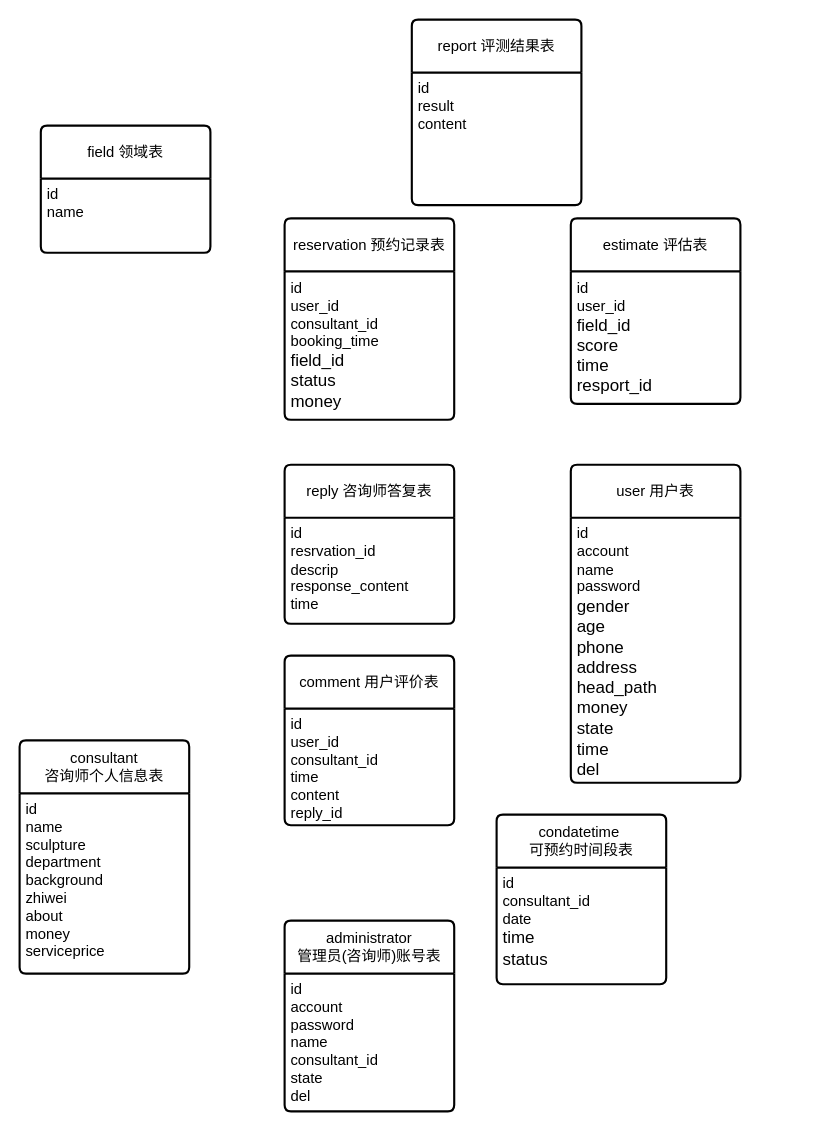
The draw.io diagram 未命名绘图.drawio in 1932469250/Android_MusicPlayer, before the edit. Source tidied: cells renumbered, new cells numbered last; positions are measured from the earlier drawing's top-left corner, leaving out a move shared by most shapes. Both pictures are drawn from the tidied source at 106%, with x=0, y=0 at pixel (19, 19).
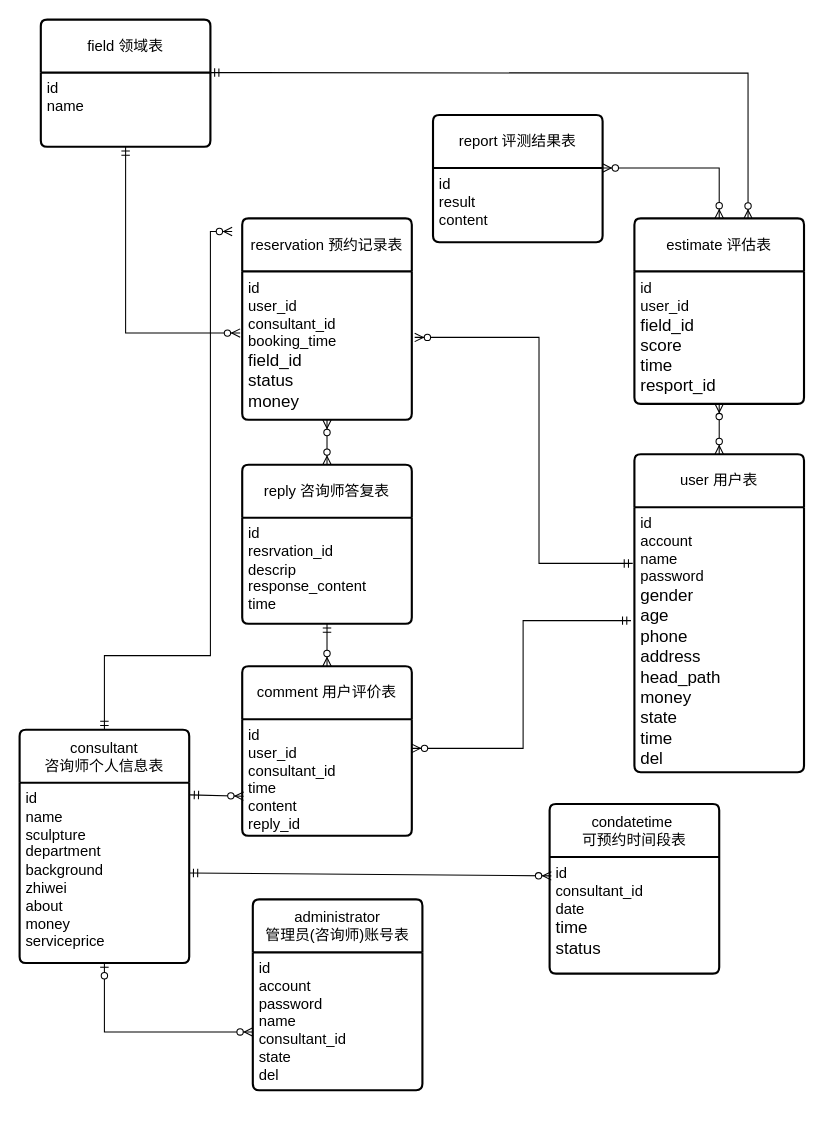
The same diagram, later.

The change refers to these unchanged cells:
```xml
<mxCell id="3" value="&lt;font style=&quot;font-size: 14px;&quot;&gt;id&lt;br&gt;name&lt;/font&gt;" style="align=left;strokeColor=none;fillColor=none;spacingLeft=4;fontSize=12;verticalAlign=top;html=1;" parent="2" vertex="1">
  <mxGeometry y="50" width="160" height="70" as="geometry" />
</mxCell>
<mxCell id="5" value="&lt;font style=&quot;font-size: 14px;&quot;&gt;id&lt;br&gt;user_id&lt;br&gt;consultant_id&lt;br&gt;booking_time&lt;/font&gt;&lt;div&gt;&lt;font size=&quot;3&quot;&gt;field_id&lt;br&gt;status&lt;br&gt;money&lt;/font&gt;&lt;/div&gt;" style="align=left;strokeColor=none;fillColor=none;spacingLeft=4;fontSize=12;verticalAlign=top;html=1;" parent="4" vertex="1">
  <mxGeometry y="50" width="160" height="140" as="geometry" />
</mxCell>
<mxCell id="7" value="&lt;font style=&quot;font-size: 14px;&quot;&gt;id&lt;br&gt;user_id&lt;br&gt;&lt;/font&gt;&lt;div&gt;&lt;font size=&quot;3&quot;&gt;field_id&lt;br&gt;score&lt;br&gt;time&lt;br&gt;resport_id&lt;/font&gt;&lt;/div&gt;" style="align=left;strokeColor=none;fillColor=none;spacingLeft=4;fontSize=12;verticalAlign=top;html=1;" parent="6" vertex="1">
  <mxGeometry y="50" width="160" height="125" as="geometry" />
</mxCell>
<mxCell id="11" value="&lt;font style=&quot;font-size: 14px;&quot;&gt;id&lt;br&gt;account&lt;br&gt;name&lt;br&gt;password&lt;/font&gt;&lt;div&gt;&lt;font size=&quot;3&quot;&gt;gender&lt;br&gt;age&lt;br&gt;phone&lt;/font&gt;&lt;/div&gt;&lt;div&gt;&lt;font size=&quot;3&quot;&gt;address&lt;/font&gt;&lt;/div&gt;&lt;div&gt;&lt;font size=&quot;3&quot;&gt;head_path&lt;br&gt;money&lt;br&gt;state&lt;br&gt;time&lt;br&gt;del&lt;/font&gt;&lt;/div&gt;" style="align=left;strokeColor=none;fillColor=none;spacingLeft=4;fontSize=12;verticalAlign=top;html=1;" parent="10" vertex="1">
  <mxGeometry y="50" width="160" height="250" as="geometry" />
</mxCell>
<mxCell id="13" value="&lt;font style=&quot;font-size: 14px;&quot;&gt;id&lt;br&gt;consultant_id&lt;br&gt;date&lt;br&gt;&lt;/font&gt;&lt;div&gt;&lt;font size=&quot;3&quot;&gt;time&lt;br&gt;status&lt;br&gt;&lt;br&gt;&lt;/font&gt;&lt;/div&gt;" style="align=left;strokeColor=none;fillColor=none;spacingLeft=4;fontSize=12;verticalAlign=top;html=1;" parent="12" vertex="1">
  <mxGeometry y="50" width="160" height="110" as="geometry" />
</mxCell>
<mxCell id="17" value="&lt;font style=&quot;font-size: 14px;&quot;&gt;id&lt;br&gt;resrvation_id&lt;br&gt;descrip&lt;br&gt;response_content&lt;br&gt;time&lt;/font&gt;" style="align=left;strokeColor=none;fillColor=none;spacingLeft=4;fontSize=12;verticalAlign=top;html=1;" parent="16" vertex="1">
  <mxGeometry y="50" width="160" height="100" as="geometry" />
</mxCell>
<mxCell id="19" value="&lt;font style=&quot;font-size: 14px;&quot;&gt;id&lt;br&gt;user_id&lt;br&gt;consultant_id&lt;br&gt;time&lt;br&gt;content&lt;br&gt;reply_id&lt;/font&gt;" style="align=left;strokeColor=none;fillColor=none;spacingLeft=4;fontSize=12;verticalAlign=top;html=1;" parent="18" vertex="1">
  <mxGeometry y="50" width="160" height="110" as="geometry" />
</mxCell>
<mxCell id="21" value="&lt;font style=&quot;font-size: 14px;&quot;&gt;id&lt;/font&gt;&lt;div&gt;&lt;font style=&quot;font-size: 14px;&quot;&gt;account&lt;br&gt;password&lt;br&gt;name&lt;br&gt;consultant_id&lt;br&gt;state&lt;br&gt;del&lt;br&gt;&lt;br&gt;&lt;/font&gt;&lt;/div&gt;" style="align=left;strokeColor=none;fillColor=none;spacingLeft=4;fontSize=12;verticalAlign=top;html=1;" parent="20" vertex="1">
  <mxGeometry y="50" width="160" height="130" as="geometry" />
</mxCell>
<mxCell id="23" value="&lt;font style=&quot;font-size: 14px;&quot;&gt;id&lt;/font&gt;&lt;div&gt;&lt;font style=&quot;font-size: 14px;&quot;&gt;name&lt;br&gt;sculpture&lt;br&gt;department&lt;br&gt;background&lt;br&gt;zhiwei&lt;br&gt;about&lt;br&gt;money&lt;br&gt;serviceprice&lt;br&gt;&lt;br&gt;&lt;/font&gt;&lt;/div&gt;" style="align=left;strokeColor=none;fillColor=none;spacingLeft=4;fontSize=12;verticalAlign=top;html=1;" parent="22" vertex="1">
  <mxGeometry y="50" width="160" height="170" as="geometry" />
</mxCell>
```

Change to the diagram source:
```diff
@@
+    <mxCell id="24" style="edgeStyle=none;rounded=0;jettySize=auto;html=1;" parent="1" edge="1" source="21" target="20">
+      <mxGeometry relative="1" as="geometry" />
+    </mxCell>
     <mxCell id="2" value="field 领域表" style="swimlane;horizontal=1;startSize=50;rounded=1;fontSize=14;fontStyle=0;strokeWidth=2;shadow=0;dashed=0;align=center;arcSize=4;whiteSpace=wrap;html=1;" parent="1" vertex="1">
-      <mxGeometry x="20" y="100" width="160" height="120" as="geometry" />
+      <mxGeometry x="20" width="160" height="120" as="geometry" />
     </mxCell>
@@
+    <mxCell id="25" style="edgeStyle=orthogonalEdgeStyle;rounded=0;orthogonalLoop=1;jettySize=auto;html=1;exitX=0.5;exitY=1;exitDx=0;exitDy=0;" parent="2" edge="1" source="3" target="3">
+      <mxGeometry relative="1" as="geometry" />
+    </mxCell>
     <mxCell id="4" value="reservation 预约记录表" style="swimlane;horizontal=1;startSize=50;rounded=1;fontSize=14;fontStyle=0;strokeWidth=2;shadow=0;dashed=0;align=center;arcSize=4;whiteSpace=wrap;html=1;" parent="1" vertex="1">
-      <mxGeometry x="250" y="187.5" width="160" height="190" as="geometry" />
+      <mxGeometry x="210" y="187.5" width="160" height="190" as="geometry" />
     </mxCell>
@@
     <mxCell id="6" value="estimate 评估表" style="swimlane;horizontal=1;startSize=50;rounded=1;fontSize=14;fontStyle=0;strokeWidth=2;shadow=0;dashed=0;align=center;arcSize=4;whiteSpace=wrap;html=1;" parent="1" vertex="1">
-      <mxGeometry x="520" y="187.5" width="160" height="175" as="geometry" />
+      <mxGeometry x="580" y="187.5" width="160" height="175" as="geometry" />
     </mxCell>
@@
     <mxCell id="8" value="report 评测结果表" style="swimlane;horizontal=1;startSize=50;rounded=1;fontSize=14;fontStyle=0;strokeWidth=2;shadow=0;dashed=0;align=center;arcSize=4;whiteSpace=wrap;html=1;" parent="1" vertex="1">
-      <mxGeometry x="370" width="160" height="175" as="geometry" />
+      <mxGeometry x="390" y="90" width="160" height="120" as="geometry" />
     </mxCell>
     <mxCell id="9" value="&lt;font style=&quot;font-size: 14px;&quot;&gt;id&lt;br&gt;result&lt;br&gt;content&lt;/font&gt;" style="align=left;strokeColor=none;fillColor=none;spacingLeft=4;fontSize=12;verticalAlign=top;html=1;" parent="8" vertex="1">
-      <mxGeometry y="50" width="160" height="125" as="geometry" />
+      <mxGeometry y="50" width="160" height="70" as="geometry" />
     </mxCell>
+    <mxCell id="26" style="edgeStyle=none;rounded=0;orthogonalLoop=1;jettySize=auto;html=1;exitX=0.5;exitY=1;exitDx=0;exitDy=0;" parent="8" edge="1" source="9" target="9">
+      <mxGeometry relative="1" as="geometry" />
+    </mxCell>
     <mxCell id="10" value="user 用户表" style="swimlane;horizontal=1;startSize=50;rounded=1;fontSize=14;fontStyle=0;strokeWidth=2;shadow=0;dashed=0;align=center;arcSize=4;whiteSpace=wrap;html=1;" parent="1" vertex="1">
-      <mxGeometry x="520" y="420" width="160" height="300" as="geometry" />
+      <mxGeometry x="580" y="410" width="160" height="300" as="geometry" />
     </mxCell>
@@
     <mxCell id="12" value="condatetime&amp;nbsp;&lt;div&gt;可预约时间段表&lt;/div&gt;" style="swimlane;horizontal=1;startSize=50;rounded=1;fontSize=14;fontStyle=0;strokeWidth=2;shadow=0;dashed=0;align=center;arcSize=4;whiteSpace=wrap;html=1;" parent="1" vertex="1">
-      <mxGeometry x="450" y="750" width="160" height="160" as="geometry" />
+      <mxGeometry x="500" y="740" width="160" height="160" as="geometry" />
     </mxCell>
@@
     <mxCell id="16" value="reply 咨询师答复表" style="swimlane;horizontal=1;startSize=50;rounded=1;fontSize=14;fontStyle=0;strokeWidth=2;shadow=0;dashed=0;align=center;arcSize=4;whiteSpace=wrap;html=1;" parent="1" vertex="1">
-      <mxGeometry x="250" y="420" width="160" height="150" as="geometry" />
+      <mxGeometry x="210" y="420" width="160" height="150" as="geometry" />
     </mxCell>
@@
     <mxCell id="18" value="comment 用户评价表" style="swimlane;horizontal=1;startSize=50;rounded=1;fontSize=14;fontStyle=0;strokeWidth=2;shadow=0;dashed=0;align=center;arcSize=4;whiteSpace=wrap;html=1;" parent="1" vertex="1">
-      <mxGeometry x="250" y="600" width="160" height="160" as="geometry" />
+      <mxGeometry x="210" y="610" width="160" height="160" as="geometry" />
     </mxCell>
@@
     <mxCell id="20" value="administrator&lt;div&gt;管理员(咨询师)账号表&lt;/div&gt;" style="swimlane;horizontal=1;startSize=50;rounded=1;fontSize=14;fontStyle=0;strokeWidth=2;shadow=0;dashed=0;align=center;arcSize=4;whiteSpace=wrap;html=1;" parent="1" vertex="1">
-      <mxGeometry x="250" y="850" width="160" height="180" as="geometry" />
+      <mxGeometry x="220" y="830" width="160" height="180" as="geometry" />
     </mxCell>
@@
     <mxCell id="22" value="consultant&lt;div&gt;咨询师个人信息表&lt;/div&gt;" style="swimlane;horizontal=1;startSize=50;rounded=1;fontSize=14;fontStyle=0;strokeWidth=2;shadow=0;dashed=0;align=center;arcSize=4;whiteSpace=wrap;html=1;" parent="1" vertex="1">
-      <mxGeometry y="680" width="160" height="220" as="geometry" />
+      <mxGeometry y="670" width="160" height="220" as="geometry" />
     </mxCell>
@@
+    <mxCell id="27" style="fontSize=12;html=1;endArrow=ERzeroToMany;startArrow=ERmandOne;rounded=0;entryX=-0.012;entryY=0.416;entryDx=0;entryDy=0;entryPerimeter=0;edgeStyle=orthogonalEdgeStyle;exitX=0.5;exitY=1;exitDx=0;exitDy=0;" parent="1" edge="1" source="3" target="5">
+      <mxGeometry relative="1" as="geometry">
+        <Array as="points">
+          <mxPoint x="100" y="296" />
+        </Array>
+      </mxGeometry>
+    </mxCell>
+    <mxCell id="28" style="edgeStyle=orthogonalEdgeStyle;fontSize=12;html=1;endArrow=ERzeroToMany;startArrow=ERmandOne;rounded=0;entryX=0.67;entryY=0.002;entryDx=0;entryDy=0;entryPerimeter=0;" parent="1" edge="1" target="6">
+      <mxGeometry relative="1" as="geometry">
+        <mxPoint x="180" y="50" as="sourcePoint" />
+      </mxGeometry>
+    </mxCell>
+    <mxCell id="29" style="edgeStyle=orthogonalEdgeStyle;fontSize=12;html=1;endArrow=ERzeroToMany;endFill=1;startArrow=ERzeroToMany;rounded=0;exitX=1;exitY=0;exitDx=0;exitDy=0;entryX=0.5;entryY=0;entryDx=0;entryDy=0;" parent="1" edge="1" source="9" target="6">
+      <mxGeometry relative="1" as="geometry">
+        <Array as="points">
+          <mxPoint x="660" y="140" />
+        </Array>
+      </mxGeometry>
+    </mxCell>
+    <mxCell id="30" style="fontSize=12;html=1;endArrow=ERzeroToMany;endFill=1;startArrow=ERzeroToMany;rounded=0;entryX=0.5;entryY=1;entryDx=0;entryDy=0;exitX=0.5;exitY=0;exitDx=0;exitDy=0;" parent="1" edge="1" source="10" target="7">
+      <mxGeometry relative="1" as="geometry" />
+    </mxCell>
+    <mxCell id="31" style="edgeStyle=orthogonalEdgeStyle;fontSize=12;html=1;endArrow=ERzeroToMany;startArrow=ERmandOne;rounded=0;entryX=1.017;entryY=0.445;entryDx=0;entryDy=0;entryPerimeter=0;exitX=-0.01;exitY=0.212;exitDx=0;exitDy=0;exitPerimeter=0;" parent="1" edge="1" source="11" target="5">
+      <mxGeometry relative="1" as="geometry">
+        <Array as="points">
+          <mxPoint x="490" y="513" />
+          <mxPoint x="490" y="300" />
+        </Array>
+      </mxGeometry>
+    </mxCell>
+    <mxCell id="32" style="fontSize=12;html=1;endArrow=ERzeroToMany;endFill=1;startArrow=ERzeroToMany;rounded=0;entryX=0.5;entryY=1;entryDx=0;entryDy=0;exitX=0.5;exitY=0;exitDx=0;exitDy=0;" parent="1" edge="1" source="16" target="5">
+      <mxGeometry relative="1" as="geometry" />
+    </mxCell>
+    <mxCell id="33" style="fontSize=12;html=1;endArrow=ERzeroToMany;startArrow=ERmandOne;rounded=0;entryX=0.5;entryY=0;entryDx=0;entryDy=0;exitX=0.5;exitY=1;exitDx=0;exitDy=0;" parent="1" edge="1" source="17" target="18">
+      <mxGeometry relative="1" as="geometry" />
+    </mxCell>
+    <mxCell id="34" style="fontSize=12;html=1;endArrow=ERzeroToMany;startArrow=ERmandOne;rounded=0;entryX=1;entryY=0.25;entryDx=0;entryDy=0;exitX=-0.02;exitY=0.428;exitDx=0;exitDy=0;exitPerimeter=0;edgeStyle=orthogonalEdgeStyle;" parent="1" edge="1" source="11" target="19">
+      <mxGeometry relative="1" as="geometry" />
+    </mxCell>
+    <mxCell id="35" style="fontSize=12;html=1;endArrow=ERzeroToMany;startArrow=ERzeroToOne;rounded=0;exitX=0.5;exitY=1;exitDx=0;exitDy=0;entryX=0;entryY=0.577;entryDx=0;entryDy=0;edgeStyle=orthogonalEdgeStyle;entryPerimeter=0;" parent="1" edge="1" source="23" target="21">
+      <mxGeometry relative="1" as="geometry">
+        <Array as="points">
+          <mxPoint x="80" y="955" />
+        </Array>
+      </mxGeometry>
+    </mxCell>
+    <mxCell id="36" style="fontSize=12;html=1;endArrow=ERzeroToMany;startArrow=ERmandOne;rounded=0;exitX=1.005;exitY=0.067;exitDx=0;exitDy=0;entryX=0.008;entryY=0.66;entryDx=0;entryDy=0;entryPerimeter=0;exitPerimeter=0;" parent="1" edge="1" source="23" target="19">
+      <mxGeometry relative="1" as="geometry" />
+    </mxCell>
+    <mxCell id="37" style="fontSize=12;html=1;endArrow=ERzeroToMany;startArrow=ERmandOne;rounded=0;edgeStyle=orthogonalEdgeStyle;entryX=0.003;entryY=0.674;entryDx=0;entryDy=0;entryPerimeter=0;exitX=0.5;exitY=0;exitDx=0;exitDy=0;" parent="1" edge="1" source="22">
+      <mxGeometry relative="1" as="geometry">
+        <mxPoint x="200.5" y="199.9" as="targetPoint" />
+        <Array as="points">
+          <mxPoint x="80" y="600" />
+          <mxPoint x="180" y="600" />
+          <mxPoint x="180" y="200" />
+        </Array>
+      </mxGeometry>
+    </mxCell>
+    <mxCell id="38" style="fontSize=12;html=1;endArrow=ERzeroToMany;startArrow=ERmandOne;rounded=0;exitX=1;exitY=0.5;exitDx=0;exitDy=0;entryX=0.01;entryY=0.162;entryDx=0;entryDy=0;entryPerimeter=0;" parent="1" edge="1" source="23" target="13">
+      <mxGeometry relative="1" as="geometry" />
+    </mxCell>
```
